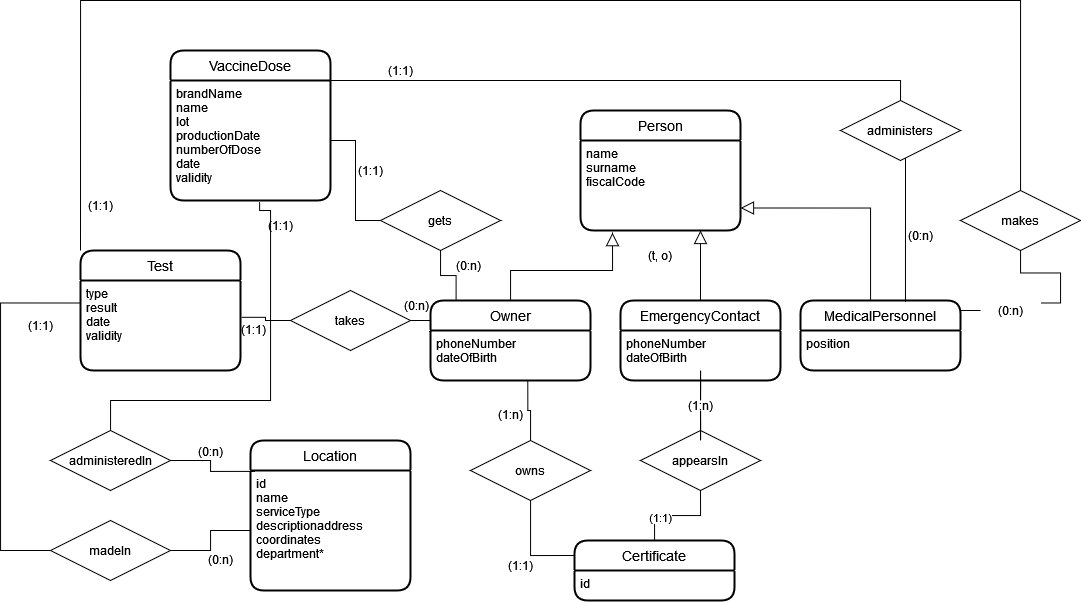
Above: document-oriented databases/deliverables/document-oriented databases - latex code/images/e-r.png in filippolazzati/smbud (draw.io), before the change. Source tidied: cells renumbered, new cells last; positions are measured from the earlier drawing's top-left corner, leaving out a move shared by most shapes.
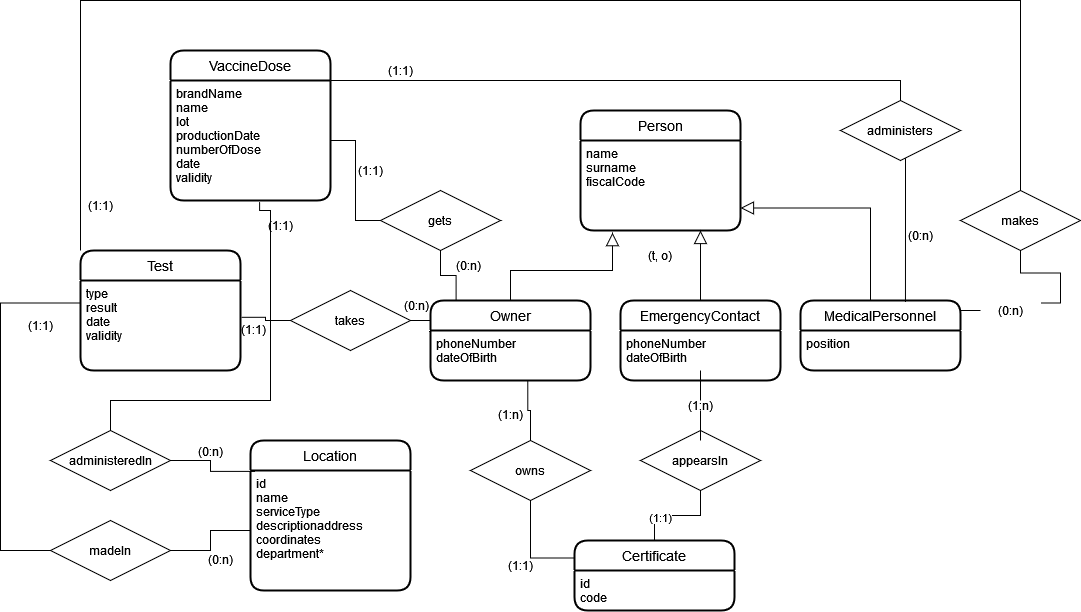
Above is the later version.

The edit, as a diff of the source:
```diff
@@ -58,10 +58,10 @@
       <mxGeometry y="30" width="160" height="120" as="geometry" />
     </mxCell>
     <mxCell id="19" value="Certificate" style="swimlane;horizontal=1;startSize=30;rounded=1;fontSize=14;fontStyle=0;strokeWidth=2;shadow=0;dashed=0;align=center;" parent="1" vertex="1">
-      <mxGeometry x="574" y="540" width="160" height="60" as="geometry" />
+      <mxGeometry x="574" y="540" width="160" height="70" as="geometry" />
     </mxCell>
-    <mxCell id="20" value="id" style="align=left;strokeColor=none;fillColor=none;spacingLeft=4;fontSize=12;verticalAlign=top;" parent="19" vertex="1">
-      <mxGeometry y="30" width="160" height="30" as="geometry" />
+    <mxCell id="20" value="id&#10;code&#10;" style="align=left;strokeColor=none;fillColor=none;spacingLeft=4;fontSize=12;verticalAlign=top;" parent="19" vertex="1">
+      <mxGeometry y="30" width="160" height="40" as="geometry" />
     </mxCell>
     <mxCell id="21" style="edgeStyle=orthogonalEdgeStyle;rounded=0;jettySize=auto;html=1;entryX=0;entryY=0.25;entryDx=0;entryDy=0;endArrow=none;endFill=0;endSize=11;" parent="1" edge="1" source="23" target="19">
       <mxGeometry relative="1" as="geometry" />
```
